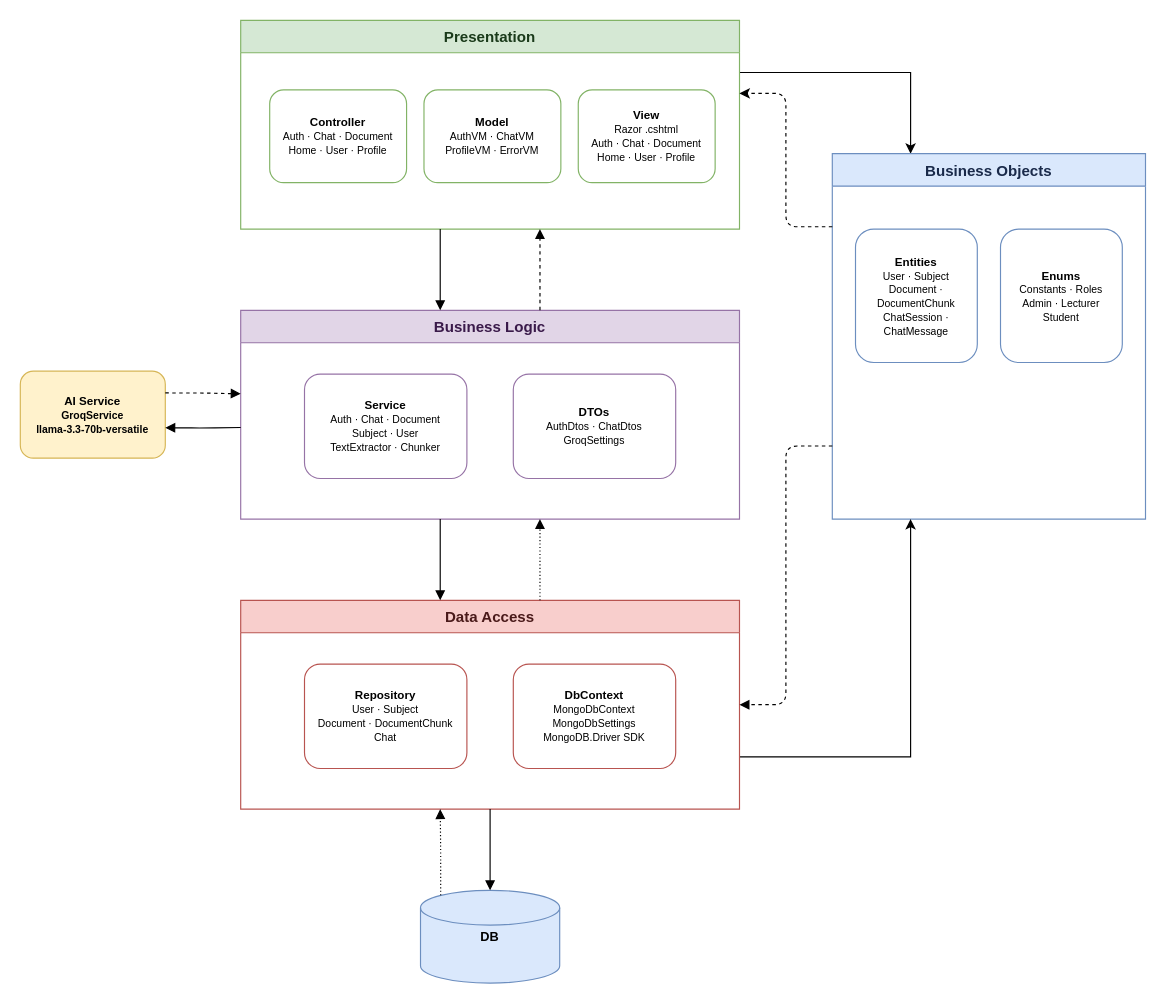
Before: docs/Architecture.drawio in Megalit2578/ChatBotPRN222, a draw.io diagram. Source tidied: cells renumbered, new cells numbered last; positions are measured from the earlier drawing's top-left corner, leaving out a move shared by most shapes. Both pictures are drawn from the tidied source at 116%, with x=0, y=0 at pixel (20, 20).
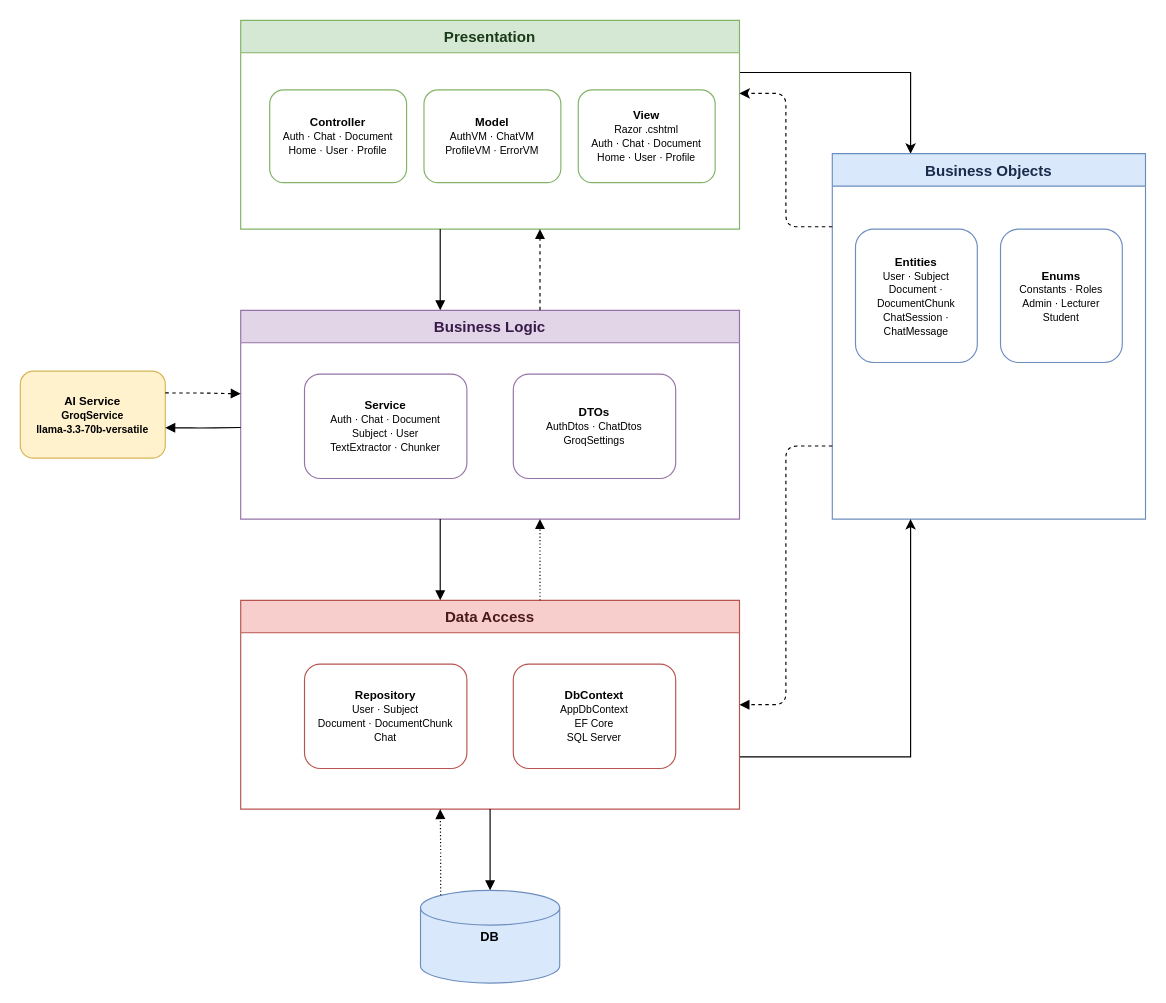
The same diagram, later.

The change refers to these unchanged cells:
```xml
<mxCell id="14" value="Data Access" style="swimlane;startSize=28;fillColor=#f8cecc;strokeColor=#b85450;fontStyle=1;fontSize=13;fontColor=#4a1a1a;horizontal=1;" parent="1" vertex="1">
  <mxGeometry x="190" y="500" width="430" height="180" as="geometry" />
</mxCell>
```

Diff of the diagram source:
```diff
@@
-    <mxCell id="16" value="&lt;b&gt;DbContext&lt;/b&gt;&lt;br/&gt;&lt;font style='font-size:9px'&gt;MongoDbContext&lt;br/&gt;MongoDbSettings&lt;br/&gt;MongoDB.Driver SDK&lt;/font&gt;" style="rounded=1;whiteSpace=wrap;html=1;fillColor=#ffffff;strokeColor=#b85450;fontSize=10;verticalAlign=middle;" parent="14" vertex="1">
+    <mxCell id="16" value="&lt;b&gt;DbContext&lt;/b&gt;&lt;br&gt;&lt;font style=&quot;font-size:9px&quot;&gt;AppDbContext&lt;br&gt;EF Core&lt;br&gt;SQL Server&lt;/font&gt;" style="rounded=1;whiteSpace=wrap;html=1;fillColor=#ffffff;strokeColor=#b85450;fontSize=10;verticalAlign=middle;" parent="14" vertex="1">
       <mxGeometry x="235" y="55" width="140" height="90" as="geometry" />
     </mxCell>
```
